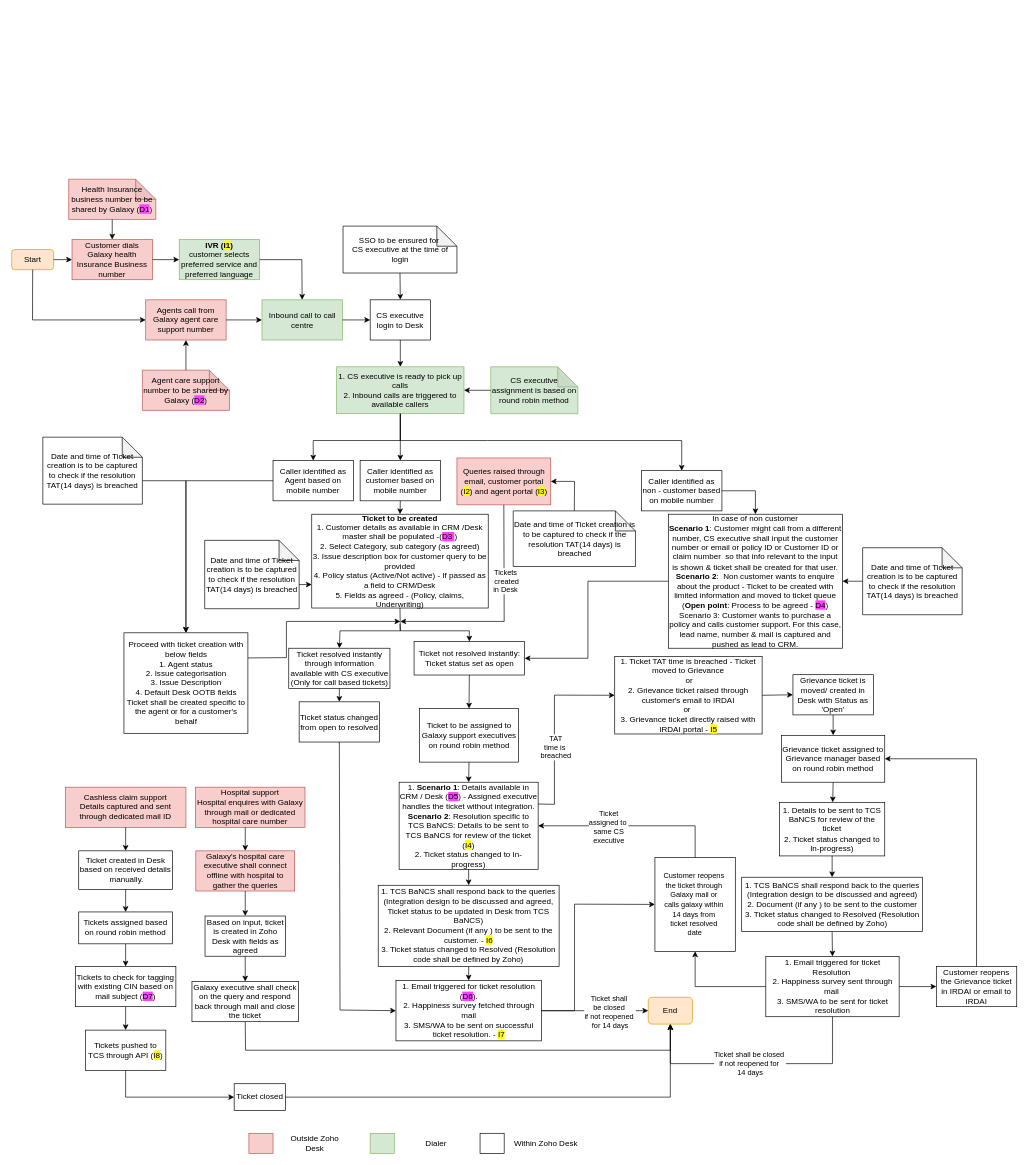
Above: Grievance management.drawio in shaileshsreedar/Galaxy (draw.io), before the change. Source tidied: cells renumbered, new cells numbered last; positions are measured from the earlier drawing's top-left corner, leaving out a move shared by most shapes. Both pictures are drawn from the tidied source at 67%, with x=0, y=0 at pixel (11, 179).
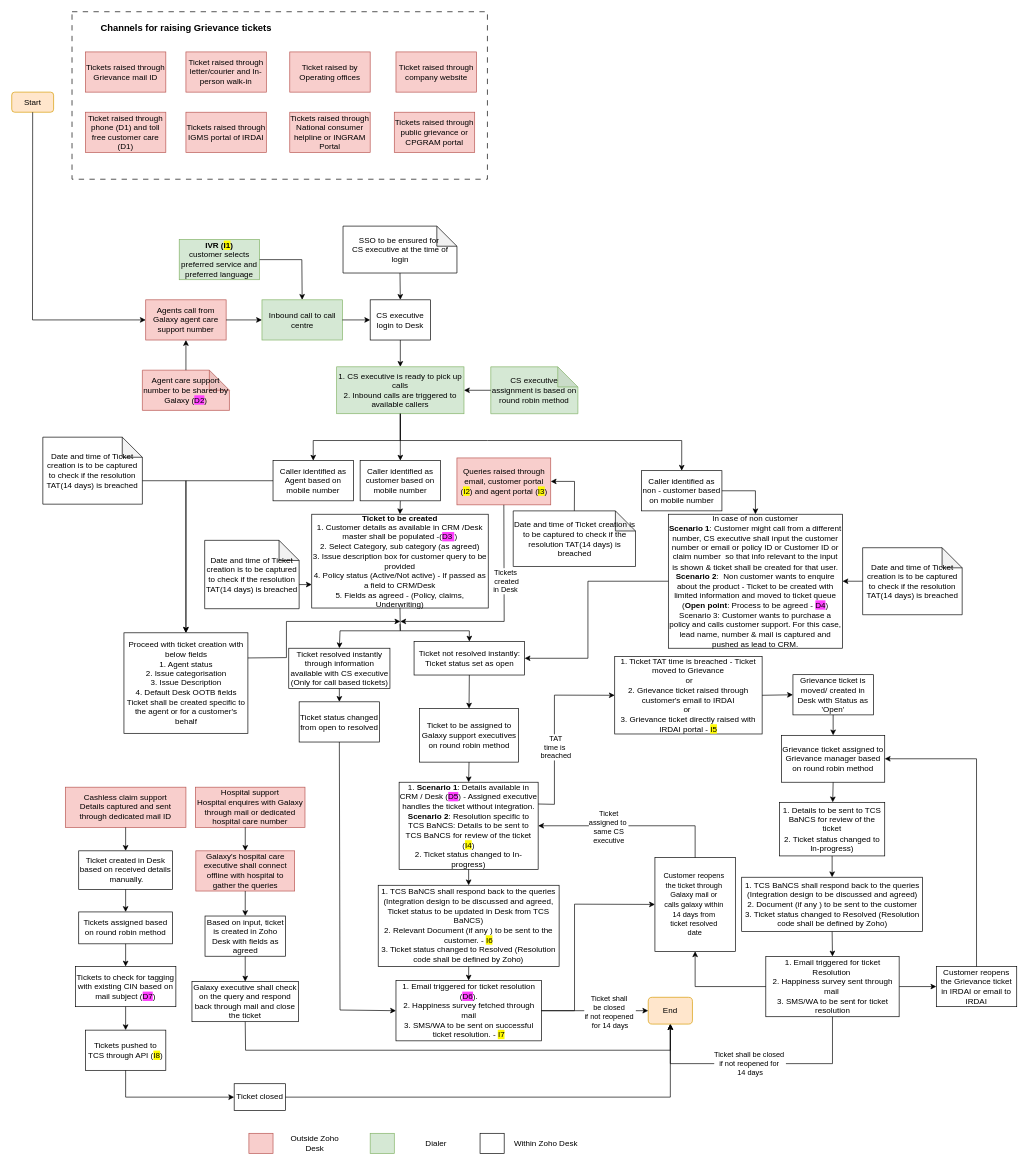
After the change.

Unchanged cells that the change refers to:
```xml
<mxCell id="4" value="&lt;b&gt;IVR (&lt;span style=&quot;background-color: rgb(255, 251, 0);&quot;&gt;I1&lt;/span&gt;)&lt;/b&gt;&lt;div&gt;customer selects preferred service and preferred language&lt;/div&gt;" style="rounded=0;whiteSpace=wrap;html=1;fillColor=#d5e8d4;strokeColor=#82b366;" parent="1" vertex="1">
  <mxGeometry x="250" y="90" width="120" height="60" as="geometry" />
</mxCell>
```

Diff of the diagram source:
```diff
@@
+    <mxCell id="116" style="rounded=0;whiteSpace=wrap;html=1;dashed=1;dashPattern=8 8;" parent="1" vertex="1">
+      <mxGeometry x="90" y="-250" width="620" height="250" as="geometry" />
+    </mxCell>
-    <mxCell id="2" value="Customer dials Galaxy health Insurance Business number" style="rounded=0;whiteSpace=wrap;html=1;fillColor=#f8cecc;strokeColor=#b85450;" parent="1" vertex="1">
-      <mxGeometry x="90" y="90" width="120" height="60" as="geometry" />
+    <mxCell id="2" value="Ticket raised through phone (D1) and toll free customer care (D1)" style="rounded=0;whiteSpace=wrap;html=1;fillColor=#f8cecc;strokeColor=#b85450;" parent="1" vertex="1">
+      <mxGeometry x="110" y="-100" width="120" height="60" as="geometry" />
     </mxCell>
     <mxCell id="3" value="Start" style="rounded=1;whiteSpace=wrap;html=1;fillColor=#ffe6cc;strokeColor=#d79b00;" parent="1" vertex="1">
-      <mxGeometry y="105" width="62.5" height="30" as="geometry" />
+      <mxGeometry y="-130" width="62.5" height="30" as="geometry" />
     </mxCell>
@@
-    <mxCell id="6" style="endArrow=classic;html=1;rounded=0;exitX=1;exitY=0.5;exitDx=0;exitDy=0;entryX=0;entryY=0.5;entryDx=0;entryDy=0;" parent="1" edge="1" source="3" target="2">
-      <mxGeometry relative="1" as="geometry" />
-    </mxCell>
-    <mxCell id="7" style="endArrow=classic;html=1;rounded=0;exitX=1;exitY=0.5;exitDx=0;exitDy=0;entryX=0;entryY=0.5;entryDx=0;entryDy=0;" parent="1" edge="1" source="2" target="4">
-      <mxGeometry relative="1" as="geometry" />
-    </mxCell>
@@
-    <mxCell id="28" value="Health Insurance business number to be shared by Galaxy (&lt;span style=&quot;background-color: rgb(255, 64, 255);&quot;&gt;D1&lt;/span&gt;)" style="shape=note;whiteSpace=wrap;html=1;backgroundOutline=1;darkOpacity=0.05;fillColor=#f8cecc;strokeColor=#b85450;" parent="1" vertex="1">
-      <mxGeometry x="85" width="130" height="60" as="geometry" />
-    </mxCell>
-    <mxCell id="29" style="endArrow=classic;html=1;rounded=0;exitX=0.5;exitY=1;exitDx=0;exitDy=0;exitPerimeter=0;entryX=0.5;entryY=0;entryDx=0;entryDy=0;" parent="1" edge="1" source="28" target="2">
-      <mxGeometry relative="1" as="geometry" />
-    </mxCell>
@@
+    <mxCell id="117" value="Tickets raised through Grievance mail ID" style="rounded=0;whiteSpace=wrap;html=1;fillColor=#f8cecc;strokeColor=#b85450;" parent="1" vertex="1">
+      <mxGeometry x="110" y="-190" width="120" height="60" as="geometry" />
+    </mxCell>
+    <mxCell id="118" value="Ticket raised through company website" style="rounded=0;whiteSpace=wrap;html=1;fillColor=#f8cecc;strokeColor=#b85450;" parent="1" vertex="1">
+      <mxGeometry x="573.5" y="-190" width="120" height="60" as="geometry" />
+    </mxCell>
+    <mxCell id="119" value="Ticket raised through letter/courier and In-person walk-in" style="rounded=0;whiteSpace=wrap;html=1;fillColor=#f8cecc;strokeColor=#b85450;" parent="1" vertex="1">
+      <mxGeometry x="260" y="-190" width="120" height="60" as="geometry" />
+    </mxCell>
+    <mxCell id="120" value="Ticket raised by Operating offices" style="rounded=0;whiteSpace=wrap;html=1;fillColor=#f8cecc;strokeColor=#b85450;" parent="1" vertex="1">
+      <mxGeometry x="415" y="-190" width="120" height="60" as="geometry" />
+    </mxCell>
+    <mxCell id="121" value="Tickets raised through IGMS portal of IRDAI" style="rounded=0;whiteSpace=wrap;html=1;fillColor=#f8cecc;strokeColor=#b85450;" parent="1" vertex="1">
+      <mxGeometry x="260" y="-100" width="120" height="60" as="geometry" />
+    </mxCell>
+    <mxCell id="122" value="Tickets raised through National consumer helpline or INGRAM Portal" style="rounded=0;whiteSpace=wrap;html=1;fillColor=#f8cecc;strokeColor=#b85450;" parent="1" vertex="1">
+      <mxGeometry x="415" y="-100" width="120" height="60" as="geometry" />
+    </mxCell>
+    <mxCell id="123" value="Tickets raised through public grievance or CPGRAM portal" style="rounded=0;whiteSpace=wrap;html=1;fillColor=#f8cecc;strokeColor=#b85450;" parent="1" vertex="1">
+      <mxGeometry x="571" y="-100" width="120" height="60" as="geometry" />
+    </mxCell>
+    <mxCell id="124" value="Channels for raising Grievance tickets" style="text;html=1;align=center;verticalAlign=middle;whiteSpace=wrap;rounded=0;fontSize=14;fontStyle=1;" parent="1" vertex="1">
+      <mxGeometry x="103.5" y="-240" width="312.5" height="30" as="geometry" />
+    </mxCell>
```
